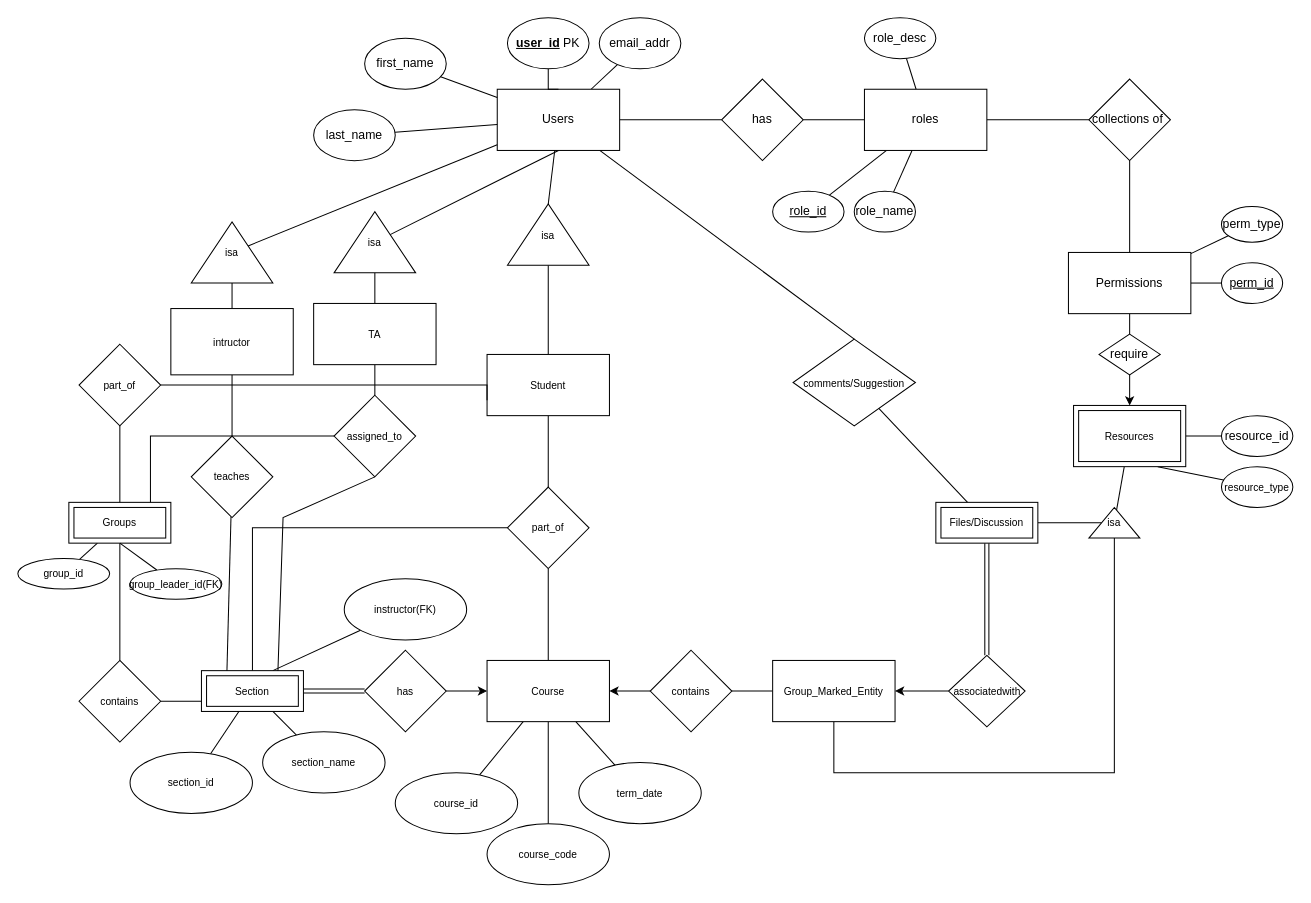
Before: ERdiagram.drawio in 5531CGASystem/CGA, a draw.io diagram. Source tidied: cells renumbered, new cells numbered last; positions are measured from the earlier drawing's top-left corner, leaving out a move shared by most shapes. Both pictures are drawn from the tidied source at 102%, with x=0, y=0 at pixel (17, 17).
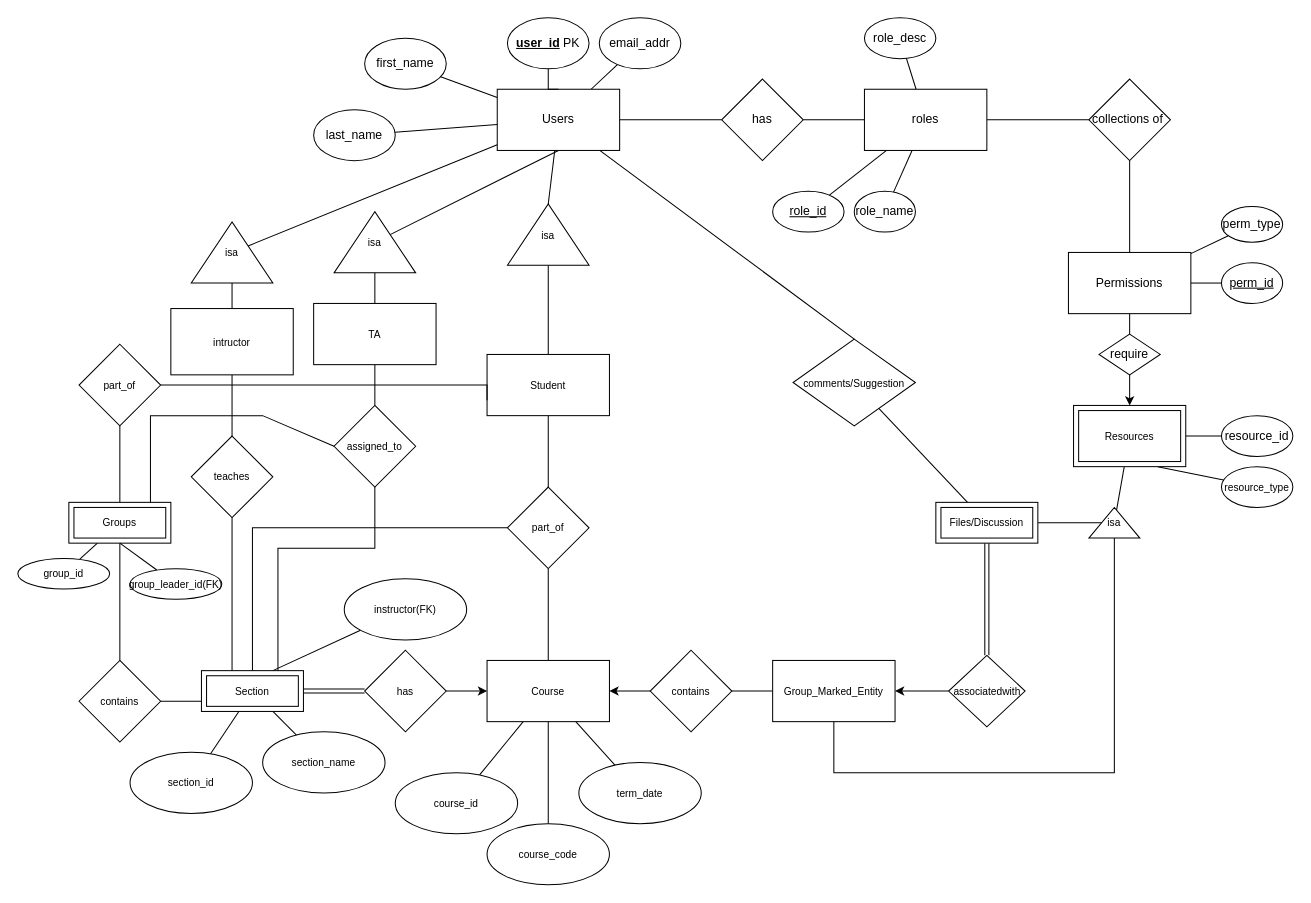
The same diagram, later.

The change refers to these unchanged cells:
```xml
<mxCell id="56" value="Section" style="shape=ext;margin=3;double=1;whiteSpace=wrap;html=1;align=center;fontSize=10;strokeColor=default;fillColor=default;" parent="1" vertex="1">
  <mxGeometry x="180" y="640" width="100" height="40" as="geometry" />
</mxCell>
<mxCell id="95" value="teaches" style="rhombus;whiteSpace=wrap;html=1;fontSize=10;" parent="1" vertex="1">
  <mxGeometry x="170" y="410" width="80" height="80" as="geometry" />
</mxCell>
```

Diff of the diagram source:
```diff
@@
     <mxCell id="66" style="edgeStyle=none;rounded=0;jettySize=auto;html=1;entryX=0;entryY=0.5;entryDx=0;entryDy=0;startArrow=none;startFill=0;endArrow=none;endFill=0;" parent="1" edge="1" target="102">
       <mxGeometry relative="1" as="geometry">
         <mxPoint x="130" y="480" as="sourcePoint" />
         <Array as="points">
-          <mxPoint x="130" y="410" />
+          <mxPoint x="130" y="390" />
+          <mxPoint x="240" y="390" />
         </Array>
       </mxGeometry>
     </mxCell>
@@
-    <mxCell id="94" style="edgeStyle=none;rounded=0;jettySize=auto;html=1;entryX=0.25;entryY=0;entryDx=0;entryDy=0;startArrow=none;startFill=0;endArrow=none;endFill=0;" parent="1" edge="1" source="95" target="56">
-      <mxGeometry relative="1" as="geometry" />
+    <mxCell id="94" style="edgeStyle=none;rounded=0;jettySize=auto;html=1;startArrow=none;startFill=0;endArrow=none;endFill=0;" parent="1" edge="1" source="95">
+      <mxGeometry relative="1" as="geometry">
+        <mxPoint x="210" y="640" as="targetPoint" />
+      </mxGeometry>
     </mxCell>
@@
     <mxCell id="101" style="edgeStyle=none;rounded=0;jettySize=auto;html=1;startArrow=none;startFill=0;endArrow=none;endFill=0;entryX=0.75;entryY=0;entryDx=0;entryDy=0;exitX=0.5;exitY=1;exitDx=0;exitDy=0;" parent="1" edge="1" source="102" target="56">
       <mxGeometry relative="1" as="geometry">
         <Array as="points">
-          <mxPoint x="260" y="490" />
+          <mxPoint x="350" y="520" />
+          <mxPoint x="255" y="520" />
         </Array>
       </mxGeometry>
     </mxCell>
     <mxCell id="102" value="assigned_to" style="rhombus;whiteSpace=wrap;html=1;fontSize=10;rounded=0;" parent="1" vertex="1">
-      <mxGeometry x="310" y="370" width="80" height="80" as="geometry" />
+      <mxGeometry x="310" y="380" width="80" height="80" as="geometry" />
     </mxCell>
```
